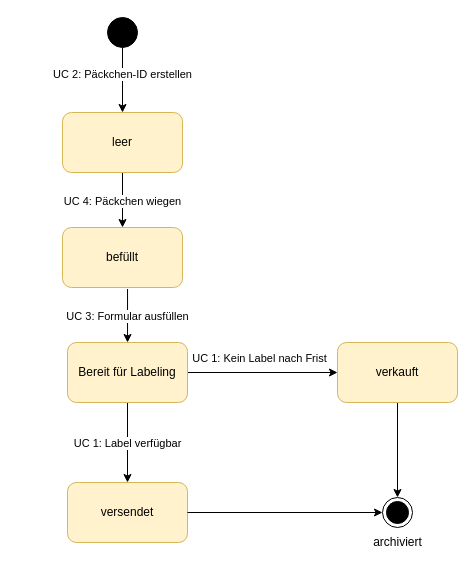
Above: lb_zustandsdiagramm.drawio in ferreric/ffhs_swem (draw.io), before the change. Source tidied: cells renumbered, new cells numbered last; positions are measured from the earlier drawing's top-left corner, leaving out a move shared by most shapes. Both pictures are drawn from the tidied source at 100%, with x=0, y=0 at pixel (62, 17).
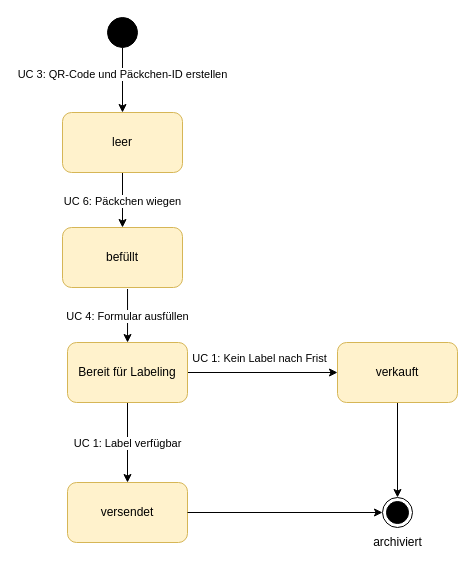
The same diagram, later.

The change refers to these unchanged cells:
```xml
<mxCell id="2" style="edgeStyle=orthogonalEdgeStyle;rounded=0;jettySize=auto;html=1;" parent="1" edge="1" source="4" target="7">
  <mxGeometry relative="1" as="geometry" />
</mxCell>
<mxCell id="5" style="edgeStyle=orthogonalEdgeStyle;rounded=0;jettySize=auto;html=1;" parent="1" edge="1" source="7" target="8">
  <mxGeometry relative="1" as="geometry" />
</mxCell>
<mxCell id="9" style="edgeStyle=orthogonalEdgeStyle;rounded=0;jettySize=auto;html=1;exitX=0.542;exitY=1.025;exitDx=0;exitDy=0;exitPerimeter=0;" parent="1" edge="1" source="8" target="15">
  <mxGeometry relative="1" as="geometry" />
</mxCell>
```

Change to the diagram source:
```diff
@@
-    <mxCell id="3" value="UC 2: Päckchen-ID erstellen" style="edgeLabel;html=1;align=center;verticalAlign=middle;" parent="2" vertex="1">
+    <mxCell id="3" value="UC 3: QR-Code und Päckchen-ID erstellen" style="edgeLabel;html=1;align=center;verticalAlign=middle;" parent="2" vertex="1">
       <mxGeometry x="-0.2" y="-1" relative="1" as="geometry" />
     </mxCell>
@@
-    <mxCell id="6" value="UC 4: Päckchen wiegen" style="edgeLabel;html=1;align=center;verticalAlign=middle;" parent="5" vertex="1">
+    <mxCell id="6" value="UC 6: Päckchen wiegen" style="edgeLabel;html=1;align=center;verticalAlign=middle;" parent="5" vertex="1">
       <mxGeometry x="0.02" y="-1" relative="1" as="geometry" />
     </mxCell>
@@
-    <mxCell id="10" value="UC 3: Formular ausfüllen" style="edgeLabel;html=1;align=center;verticalAlign=middle;" parent="9" vertex="1">
+    <mxCell id="10" value="UC 4: Formular ausfüllen" style="edgeLabel;html=1;align=center;verticalAlign=middle;" parent="9" vertex="1">
       <mxGeometry x="0.02" y="-1" relative="1" as="geometry" />
     </mxCell>
```
